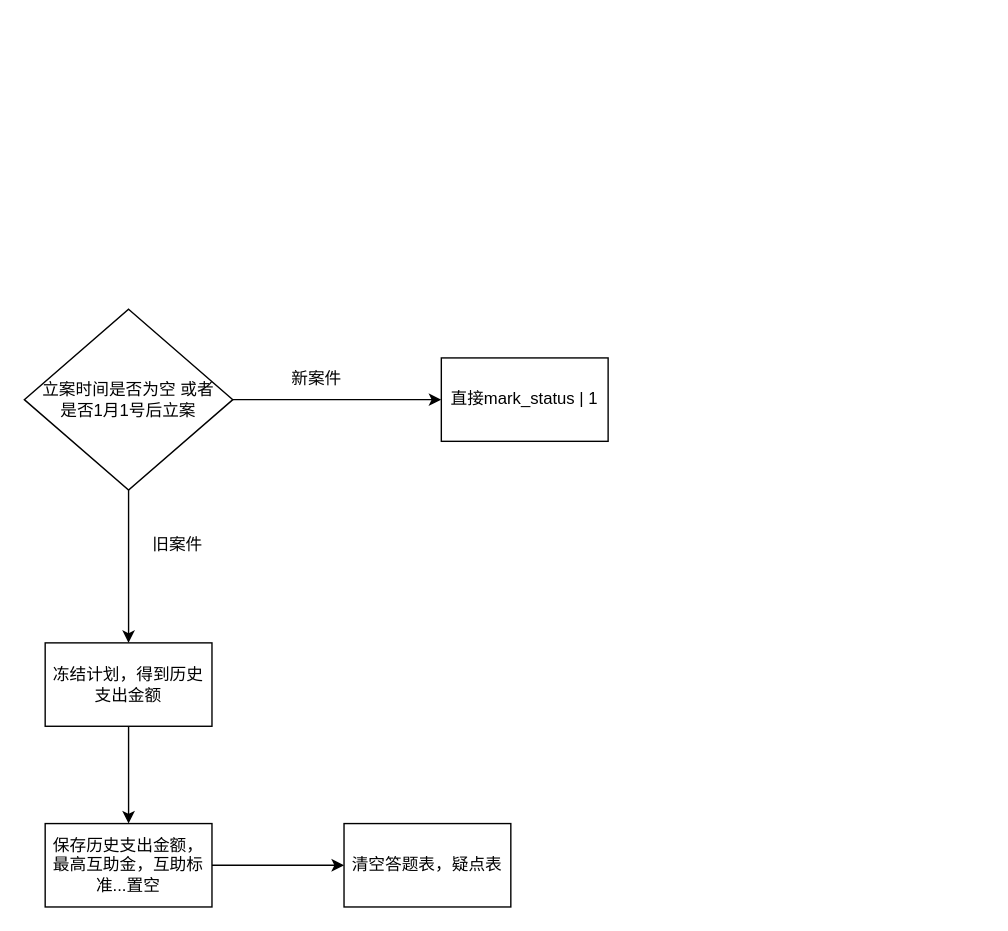
Earlier version of the draw.io diagram picture/协助修改100倍案件.drawio (canonhuu/rm). Source tidied: cells renumbered, new cells numbered last; positions are measured from the earlier drawing's top-left corner, leaving out a move shared by most shapes. Both pictures are drawn from the tidied source at 139%, with x=0, y=0 at pixel (24, 309).
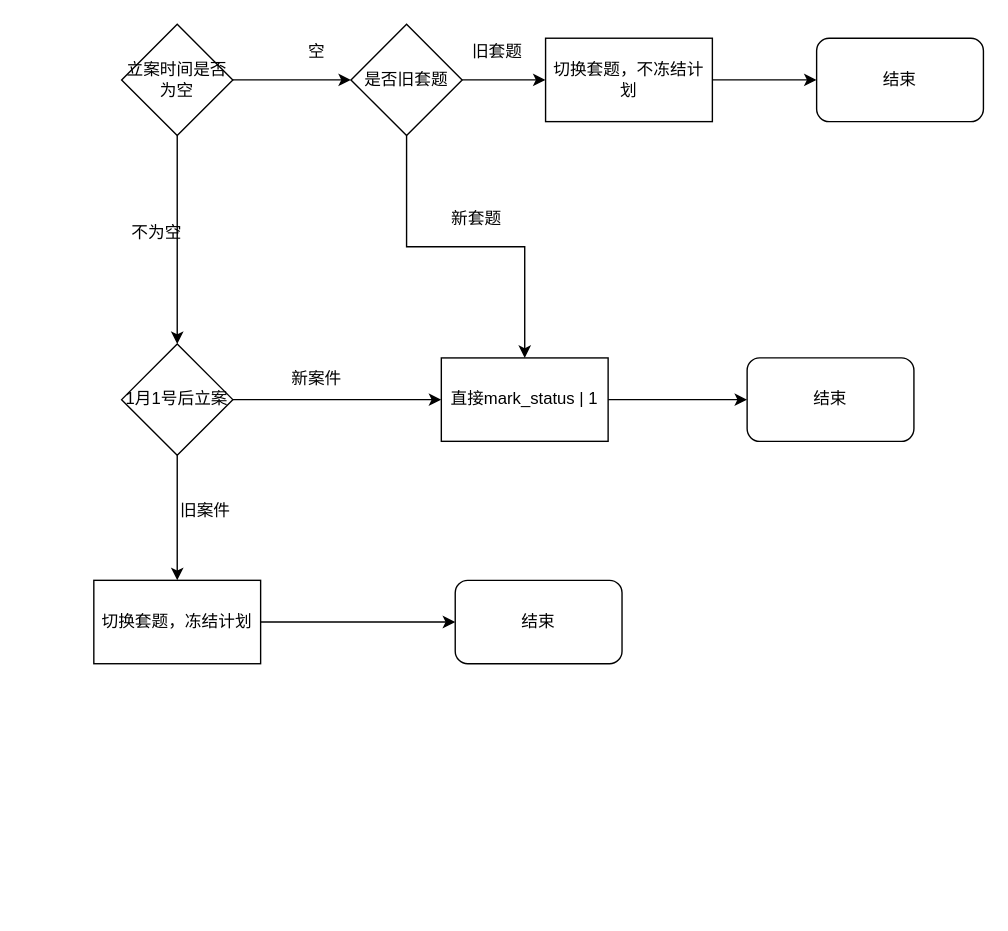
The same page after the edit.

Commit message:
更新协助修改100倍案件.drawio

The change refers to these unchanged cells:
```xml
<mxCell id="5" value="直接mark_status | 1" style="rounded=0;whiteSpace=wrap;html=1;" parent="1" vertex="1">
  <mxGeometry x="300" y="35" width="120" height="60" as="geometry" />
</mxCell>
```

Diff of the diagram source:
```diff
@@
-    <mxCell id="2" style="edgeStyle=orthogonalEdgeStyle;rounded=0;jettySize=auto;html=1;" parent="1" edge="1" source="4" target="5">
+    <mxCell id="2" style="edgeStyle=orthogonalEdgeStyle;rounded=0;jettySize=auto;html=1;exitX=1;exitY=0.5;exitDx=0;exitDy=0;" parent="1" edge="1" source="16" target="5">
       <mxGeometry relative="1" as="geometry" />
     </mxCell>
-    <mxCell id="3" style="edgeStyle=orthogonalEdgeStyle;rounded=0;jettySize=auto;html=1;entryX=0.5;entryY=0;entryDx=0;entryDy=0;" parent="1" edge="1" source="4" target="8">
-      <mxGeometry relative="1" as="geometry" />
-    </mxCell>
-    <mxCell id="4" value="&lt;div&gt;立案时间是否为空 或者&lt;/div&gt;&lt;div&gt;是否1月1号后立案&lt;br&gt;&lt;/div&gt;" style="rhombus;whiteSpace=wrap;html=1;" parent="1" vertex="1">
-      <mxGeometry width="150" height="130" as="geometry" />
-    </mxCell>
+    <mxCell id="13" style="edgeStyle=orthogonalEdgeStyle;rounded=0;jettySize=auto;html=1;entryX=0;entryY=0.5;entryDx=0;entryDy=0;" parent="1" edge="1" source="5" target="14">
+      <mxGeometry relative="1" as="geometry" />
+    </mxCell>
@@
-    <mxCell id="7" style="edgeStyle=orthogonalEdgeStyle;rounded=0;jettySize=auto;html=1;entryX=0.5;entryY=0;entryDx=0;entryDy=0;" parent="1" edge="1" source="8" target="11">
-      <mxGeometry relative="1" as="geometry" />
-    </mxCell>
-    <mxCell id="8" value="冻结计划，得到历史支出金额" style="rounded=0;whiteSpace=wrap;html=1;" parent="1" vertex="1">
-      <mxGeometry x="15" y="240" width="120" height="60" as="geometry" />
-    </mxCell>
+    <mxCell id="14" value="结束" style="rounded=1;whiteSpace=wrap;html=1;" parent="1" vertex="1">
+      <mxGeometry x="520" y="35" width="120" height="60" as="geometry" />
+    </mxCell>
+    <mxCell id="15" style="edgeStyle=orthogonalEdgeStyle;rounded=0;jettySize=auto;html=1;" parent="1" edge="1" source="16" target="18">
+      <mxGeometry relative="1" as="geometry" />
+    </mxCell>
+    <mxCell id="16" value="1月1号后立案" style="rhombus;whiteSpace=wrap;html=1;" parent="1" vertex="1">
+      <mxGeometry x="70" y="25" width="80" height="80" as="geometry" />
+    </mxCell>
+    <mxCell id="17" style="edgeStyle=orthogonalEdgeStyle;rounded=0;jettySize=auto;html=1;entryX=0;entryY=0.5;entryDx=0;entryDy=0;" parent="1" edge="1" source="18" target="19">
+      <mxGeometry relative="1" as="geometry" />
+    </mxCell>
+    <mxCell id="18" value="切换套题，冻结计划" style="whiteSpace=wrap;html=1;" parent="1" vertex="1">
+      <mxGeometry x="50" y="195" width="120" height="60" as="geometry" />
+    </mxCell>
+    <mxCell id="19" value="结束" style="rounded=1;whiteSpace=wrap;html=1;" parent="1" vertex="1">
+      <mxGeometry x="310" y="195" width="120" height="60" as="geometry" />
+    </mxCell>
     <mxCell id="9" value="旧案件" style="text;html=1;align=center;verticalAlign=middle;" parent="1" vertex="1">
-      <mxGeometry x="85" y="160" width="50" height="20" as="geometry" />
+      <mxGeometry x="105" y="135" width="50" height="20" as="geometry" />
     </mxCell>
-    <mxCell id="10" style="edgeStyle=orthogonalEdgeStyle;rounded=0;jettySize=auto;html=1;" parent="1" edge="1" source="11" target="12">
-      <mxGeometry relative="1" as="geometry" />
-    </mxCell>
-    <mxCell id="11" value="保存历史支出金额，最高互助金，互助标准...置空" style="rounded=0;whiteSpace=wrap;html=1;" parent="1" vertex="1">
-      <mxGeometry x="15" y="370" width="120" height="60" as="geometry" />
-    </mxCell>
-    <mxCell id="12" value="清空答题表，疑点表" style="rounded=0;whiteSpace=wrap;html=1;" parent="1" vertex="1">
-      <mxGeometry x="230" y="370" width="120" height="60" as="geometry" />
-    </mxCell>
+    <mxCell id="20" style="edgeStyle=orthogonalEdgeStyle;rounded=0;jettySize=auto;html=1;entryX=0;entryY=0.5;entryDx=0;entryDy=0;" parent="1" edge="1" source="22" target="25">
+      <mxGeometry relative="1" as="geometry" />
+    </mxCell>
+    <mxCell id="21" style="edgeStyle=orthogonalEdgeStyle;rounded=0;jettySize=auto;html=1;entryX=0.5;entryY=0;entryDx=0;entryDy=0;" parent="1" edge="1" source="22" target="16">
+      <mxGeometry relative="1" as="geometry" />
+    </mxCell>
+    <mxCell id="22" value="立案时间是否为空" style="rhombus;whiteSpace=wrap;html=1;" parent="1" vertex="1">
+      <mxGeometry x="70" y="-205" width="80" height="80" as="geometry" />
+    </mxCell>
+    <mxCell id="23" style="edgeStyle=orthogonalEdgeStyle;rounded=0;jettySize=auto;html=1;" parent="1" edge="1" source="25" target="27">
+      <mxGeometry relative="1" as="geometry" />
+    </mxCell>
+    <mxCell id="24" style="edgeStyle=orthogonalEdgeStyle;rounded=0;jettySize=auto;html=1;entryX=0.5;entryY=0;entryDx=0;entryDy=0;" parent="1" edge="1" source="25" target="5">
+      <mxGeometry relative="1" as="geometry" />
+    </mxCell>
+    <mxCell id="25" value="是否旧套题" style="rhombus;whiteSpace=wrap;html=1;" parent="1" vertex="1">
+      <mxGeometry x="235" y="-205" width="80" height="80" as="geometry" />
+    </mxCell>
+    <mxCell id="26" style="edgeStyle=orthogonalEdgeStyle;rounded=0;jettySize=auto;html=1;entryX=0;entryY=0.5;entryDx=0;entryDy=0;" parent="1" edge="1" source="27" target="28">
+      <mxGeometry relative="1" as="geometry" />
+    </mxCell>
+    <mxCell id="27" value="切换套题，不冻结计划" style="whiteSpace=wrap;html=1;" parent="1" vertex="1">
+      <mxGeometry x="375" y="-195" width="120" height="60" as="geometry" />
+    </mxCell>
+    <mxCell id="28" value="结束" style="rounded=1;whiteSpace=wrap;html=1;" parent="1" vertex="1">
+      <mxGeometry x="570" y="-195" width="120" height="60" as="geometry" />
+    </mxCell>
+    <mxCell id="29" value="旧套题" style="text;html=1;align=center;verticalAlign=middle;" parent="1" vertex="1">
+      <mxGeometry x="315" y="-195" width="50" height="20" as="geometry" />
+    </mxCell>
+    <mxCell id="30" value="新套题" style="text;html=1;align=center;verticalAlign=middle;" parent="1" vertex="1">
+      <mxGeometry x="300" y="-75" width="50" height="20" as="geometry" />
+    </mxCell>
+    <mxCell id="31" value="空" style="text;html=1;align=center;verticalAlign=middle;" parent="1" vertex="1">
+      <mxGeometry x="195" y="-195" width="30" height="20" as="geometry" />
+    </mxCell>
+    <mxCell id="32" value="不为空" style="text;html=1;align=center;verticalAlign=middle;" parent="1" vertex="1">
+      <mxGeometry x="70" y="-65" width="50" height="20" as="geometry" />
+    </mxCell>
```
